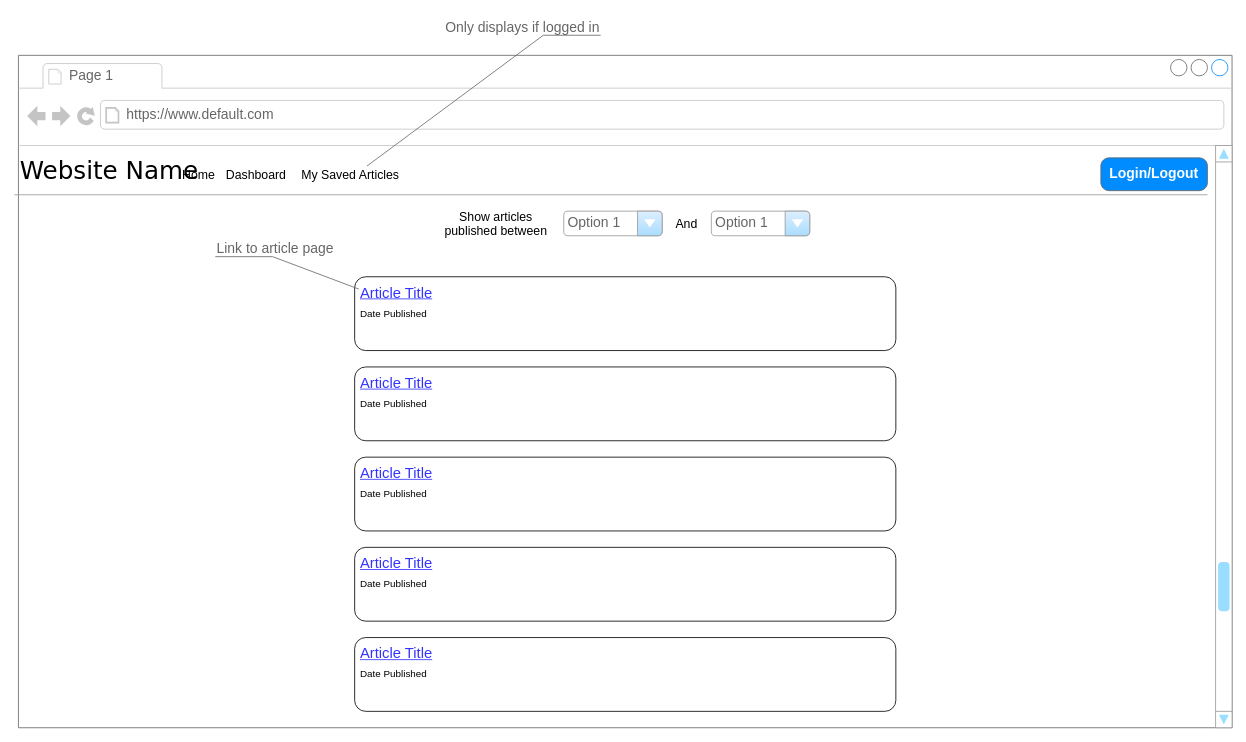
Above: page "Home" (1 of 5) of wireframe.drawio in MarkyMan4/capstone-planning (draw.io), before the change. Source tidied: cells renumbered, new cells numbered last; positions are measured from the earlier drawing's top-left corner, leaving out a move shared by most shapes. Both pictures are drawn from the tidied source at 82%, with x=0, y=0 at pixel (14, 14).
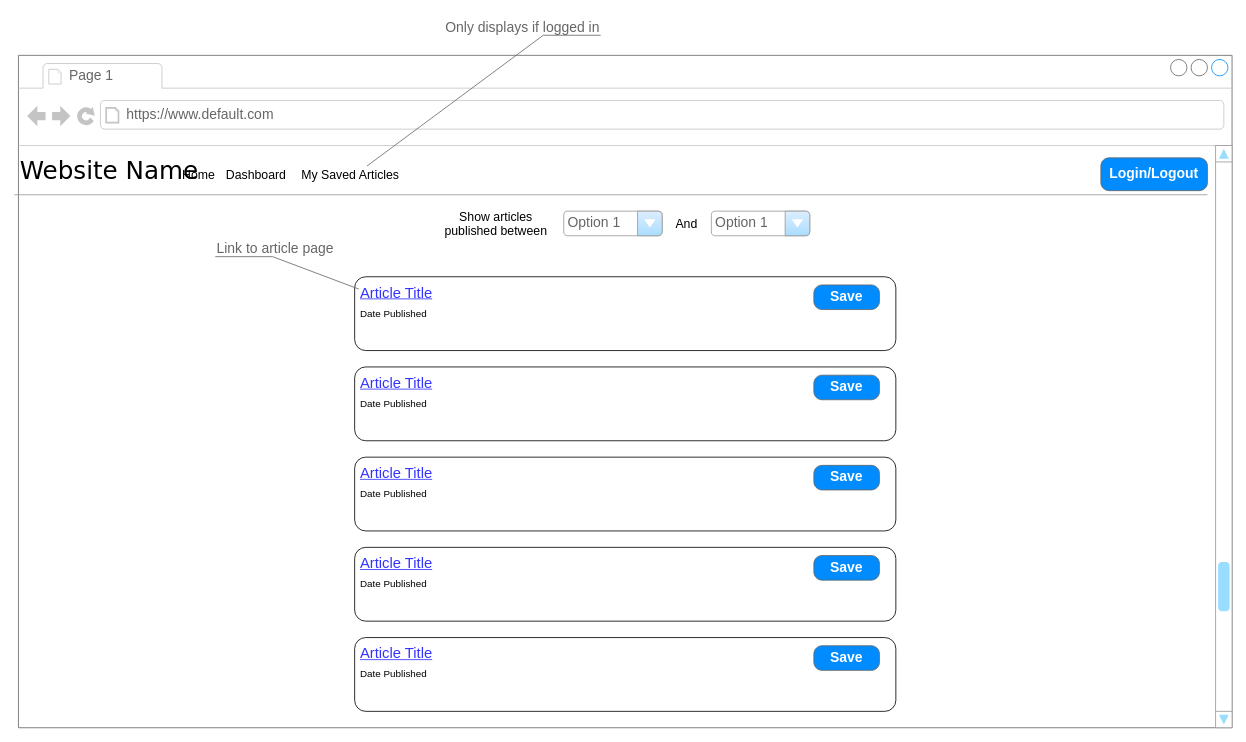
The same diagram, later.

Unchanged cells that the change refers to:
```xml
<mxCell id="2" style="strokeWidth=1;shadow=0;dashed=0;align=center;html=1;shape=mxgraph.mockup.containers.browserWindow;rSize=0;strokeColor=#666666;mainText=,;rounded=0;labelBackgroundColor=none;fontFamily=Verdana;fontSize=12;" parent="1" vertex="1">
  <mxGeometry x="5" y="50" width="1480" height="820" as="geometry" />
</mxCell>
```

The edit, as a diff of the source:
```diff
@@
+    <mxCell id="33" value="Save" style="strokeWidth=1;shadow=0;dashed=0;align=center;html=1;shape=mxgraph.mockup.buttons.button;strokeColor=#666666;fontColor=#ffffff;mainText=;buttonStyle=round;fontSize=17;fontStyle=1;fillColor=#008cff;whiteSpace=wrap;" parent="2" vertex="1">
+      <mxGeometry x="970" y="280" width="80" height="30" as="geometry" />
+    </mxCell>
+    <mxCell id="34" value="Save" style="strokeWidth=1;shadow=0;dashed=0;align=center;html=1;shape=mxgraph.mockup.buttons.button;strokeColor=#666666;fontColor=#ffffff;mainText=;buttonStyle=round;fontSize=17;fontStyle=1;fillColor=#008cff;whiteSpace=wrap;" parent="2" vertex="1">
+      <mxGeometry x="970" y="390" width="80" height="30" as="geometry" />
+    </mxCell>
+    <mxCell id="35" value="Save" style="strokeWidth=1;shadow=0;dashed=0;align=center;html=1;shape=mxgraph.mockup.buttons.button;strokeColor=#666666;fontColor=#ffffff;mainText=;buttonStyle=round;fontSize=17;fontStyle=1;fillColor=#008cff;whiteSpace=wrap;" parent="2" vertex="1">
+      <mxGeometry x="970" y="500" width="80" height="30" as="geometry" />
+    </mxCell>
+    <mxCell id="36" value="Save" style="strokeWidth=1;shadow=0;dashed=0;align=center;html=1;shape=mxgraph.mockup.buttons.button;strokeColor=#666666;fontColor=#ffffff;mainText=;buttonStyle=round;fontSize=17;fontStyle=1;fillColor=#008cff;whiteSpace=wrap;" parent="2" vertex="1">
+      <mxGeometry x="970" y="610" width="80" height="30" as="geometry" />
+    </mxCell>
+    <mxCell id="37" value="Save" style="strokeWidth=1;shadow=0;dashed=0;align=center;html=1;shape=mxgraph.mockup.buttons.button;strokeColor=#666666;fontColor=#ffffff;mainText=;buttonStyle=round;fontSize=17;fontStyle=1;fillColor=#008cff;whiteSpace=wrap;" parent="2" vertex="1">
+      <mxGeometry x="970" y="720" width="80" height="30" as="geometry" />
+    </mxCell>
```
